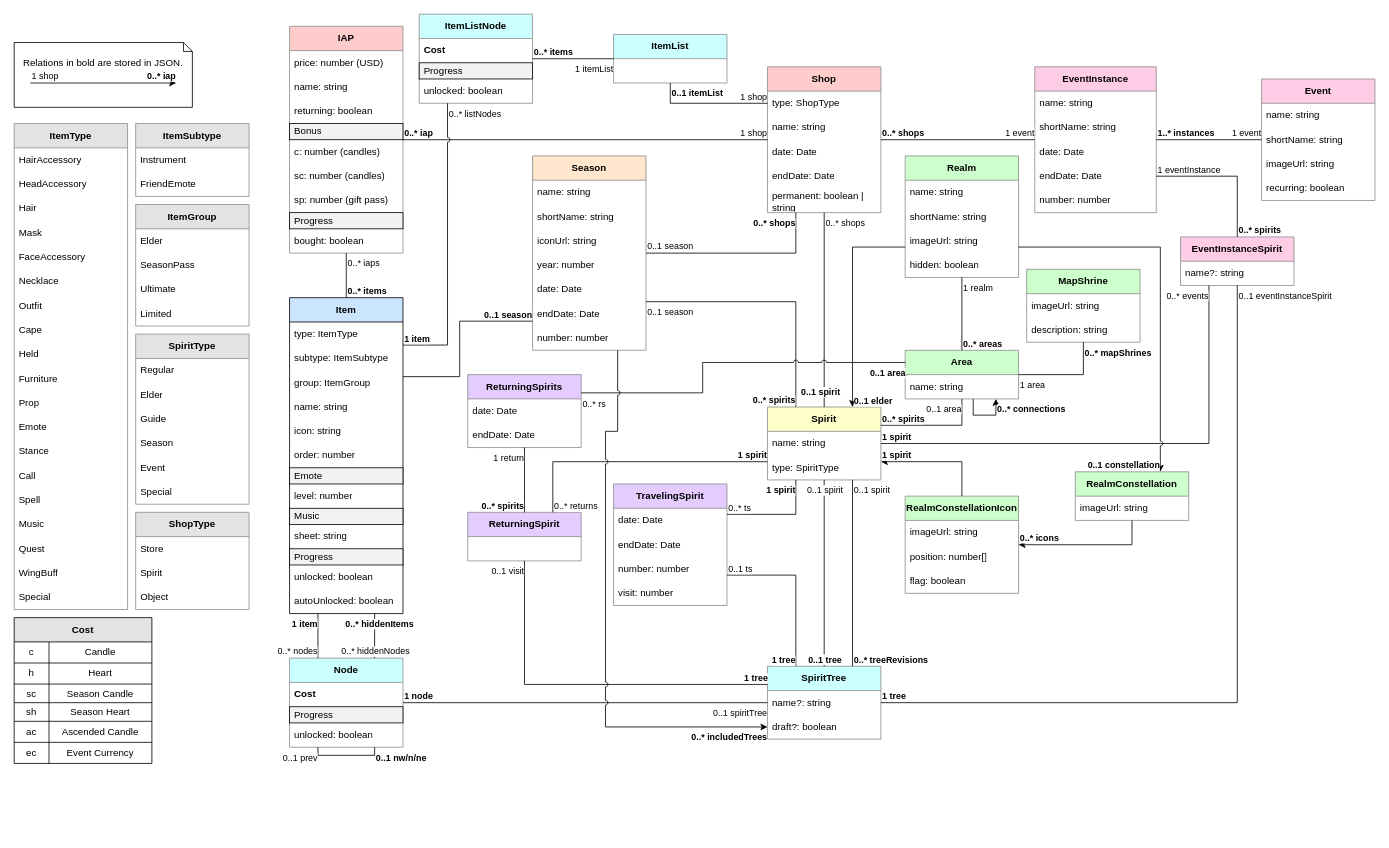
Earlier version of the draw.io diagram diagrams/SkyPlannerData.drawio (Silverfeelin/SkyGame-Planner). Source tidied: cells renumbered, new cells numbered last; positions are measured from the earlier drawing's top-left corner, leaving out a move shared by most shapes. Both pictures are drawn from the tidied source at 81%, with x=0, y=0 at pixel (14, 14).
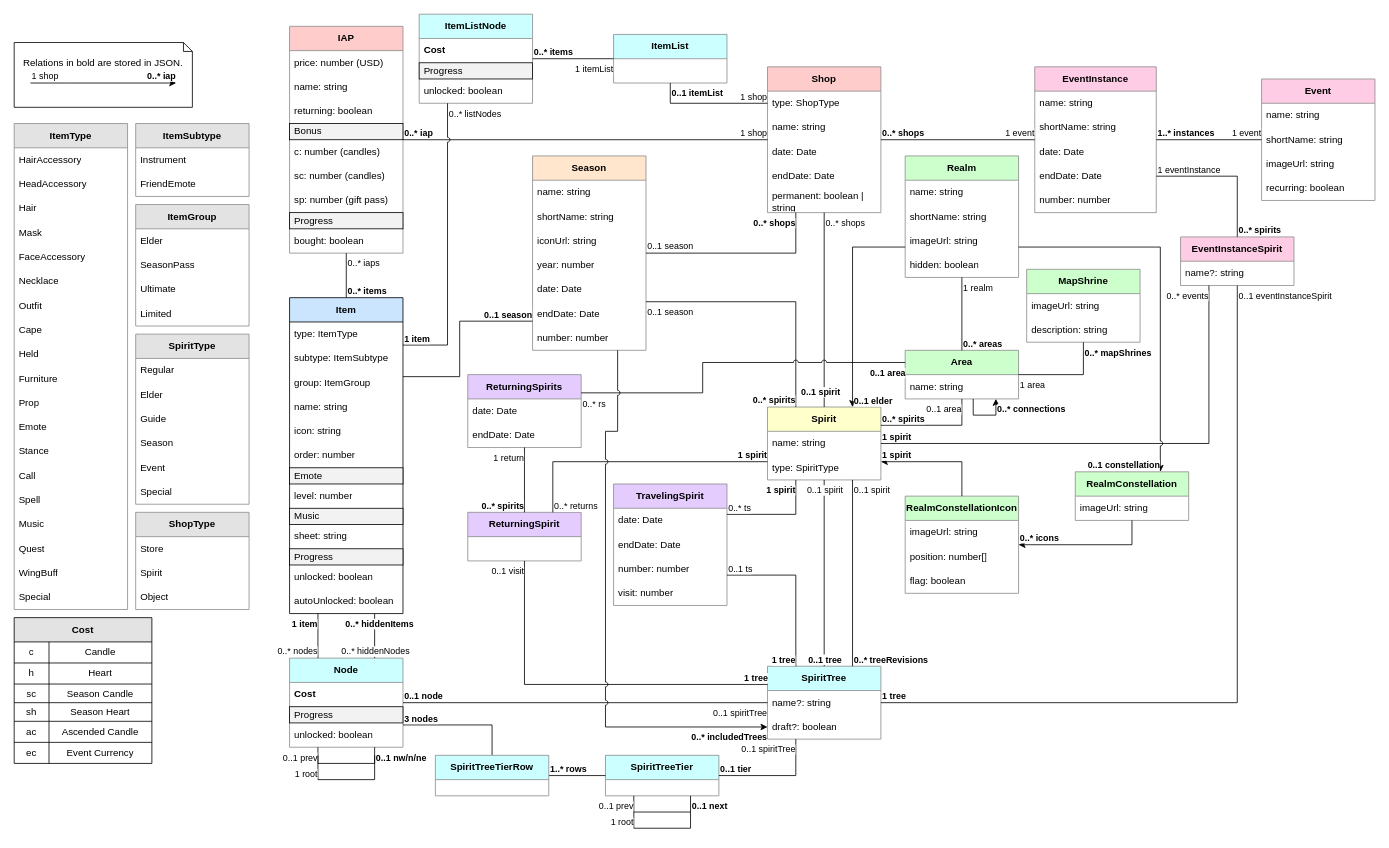
The same page after the edit.

Commit message (it also covers changes not shown here):
Rename tier rows.

Unchanged cells that the change refers to:
```xml
<mxCell id="36" value="Node" style="swimlane;fontStyle=1;horizontal=1;startSize=30;whiteSpace=wrap;html=1;fillStyle=auto;strokeColor=#8C8C8C;fillColor=#CCFFFF;" parent="1" vertex="1">
  <mxGeometry x="340" y="795" width="140" height="110" as="geometry" />
</mxCell>
<mxCell id="80" value="SpiritTree" style="swimlane;fontStyle=1;horizontal=1;startSize=30;whiteSpace=wrap;html=1;fillStyle=auto;strokeColor=#8C8C8C;fillColor=#CCFFFF;" parent="1" vertex="1">
  <mxGeometry x="930" y="805" width="140" height="90" as="geometry" />
</mxCell>
<mxCell id="123" style="endArrow=none;html=1;rounded=0;edgeStyle=orthogonalEdgeStyle;elbow=vertical;endFill=0;exitX=0;exitY=0.5;exitDx=0;exitDy=0;entryX=1;entryY=0.5;entryDx=0;entryDy=0;" parent="1" edge="1" source="80" target="36">
  <mxGeometry relative="1" as="geometry" />
</mxCell>
```

The edit, as a diff of the source:
```diff
@@
-    <mxCell id="126" value="1 node" style="edgeLabel;html=1;align=left;verticalAlign=bottom;fillStyle=auto;strokeColor=#8C8C8C;fillColor=#E3E3E3;fontStyle=1;" parent="123" vertex="1">
+    <mxCell id="126" value="0..&lt;span style=&quot;background-color: light-dark(#ffffff, var(--ge-dark-color, #121212)); color: light-dark(rgb(0, 0, 0), rgb(255, 255, 255));&quot;&gt;1 node&lt;/span&gt;" style="edgeLabel;html=1;align=left;verticalAlign=bottom;fillStyle=auto;strokeColor=#8C8C8C;fillColor=#E3E3E3;fontStyle=1;" parent="123" vertex="1">
       <mxGeometry x="1" relative="1" as="geometry" />
     </mxCell>
     <mxCell id="127" style="endArrow=none;html=1;rounded=0;edgeStyle=orthogonalEdgeStyle;elbow=vertical;endFill=0;exitX=0.25;exitY=1;exitDx=0;exitDy=0;entryX=0.75;entryY=1;entryDx=0;entryDy=0;" parent="1" edge="1" source="36" target="36">
       <mxGeometry relative="1" as="geometry">
         <Array as="points">
-          <mxPoint x="375" y="915" />
-          <mxPoint x="445" y="915" />
+          <mxPoint x="375" y="925" />
+          <mxPoint x="445" y="925" />
         </Array>
       </mxGeometry>
     </mxCell>
@@
+    <mxCell id="296" value="SpiritTreeTier" style="swimlane;fontStyle=1;horizontal=1;startSize=30;whiteSpace=wrap;html=1;fillStyle=auto;strokeColor=#8C8C8C;fillColor=#CCFFFF;" parent="1" vertex="1">
+      <mxGeometry x="730" y="915" width="140" height="50" as="geometry" />
+    </mxCell>
+    <mxCell id="297" style="endArrow=none;html=1;rounded=0;edgeStyle=orthogonalEdgeStyle;elbow=vertical;endFill=0;exitX=0.25;exitY=1;exitDx=0;exitDy=0;entryX=1;entryY=0.5;entryDx=0;entryDy=0;" parent="1" edge="1" source="80" target="296">
+      <mxGeometry relative="1" as="geometry" />
+    </mxCell>
+    <mxCell id="298" value="&lt;br&gt;" style="edgeLabel;html=1;align=center;verticalAlign=middle;fillStyle=auto;strokeColor=#8C8C8C;fillColor=#E3E3E3;" parent="297" vertex="1">
+      <mxGeometry relative="1" as="geometry" />
+    </mxCell>
+    <mxCell id="299" value="0..1 spiritTree" style="edgeLabel;html=1;align=right;verticalAlign=top;fillStyle=auto;strokeColor=#8C8C8C;fillColor=#E3E3E3;" parent="297" vertex="1">
+      <mxGeometry x="-1" relative="1" as="geometry" />
+    </mxCell>
+    <mxCell id="300" value="0..1 tier" style="edgeLabel;html=1;align=left;verticalAlign=bottom;fillStyle=auto;strokeColor=#8C8C8C;fillColor=#E3E3E3;fontStyle=1;" parent="297" vertex="1">
+      <mxGeometry x="1" relative="1" as="geometry" />
+    </mxCell>
+    <mxCell id="301" style="endArrow=none;html=1;rounded=0;edgeStyle=orthogonalEdgeStyle;elbow=vertical;endFill=0;exitX=0.25;exitY=1;exitDx=0;exitDy=0;entryX=0.75;entryY=1;entryDx=0;entryDy=0;" parent="1" edge="1" source="296" target="296">
+      <mxGeometry relative="1" as="geometry">
+        <Array as="points">
+          <mxPoint x="765" y="985" />
+          <mxPoint x="835" y="985" />
+        </Array>
+      </mxGeometry>
+    </mxCell>
+    <mxCell id="302" value="&lt;br&gt;" style="edgeLabel;html=1;align=center;verticalAlign=middle;fillStyle=auto;strokeColor=#8C8C8C;fillColor=#E3E3E3;" parent="301" vertex="1">
+      <mxGeometry relative="1" as="geometry" />
+    </mxCell>
+    <mxCell id="303" value="0..1 prev" style="edgeLabel;html=1;align=right;verticalAlign=top;fillStyle=auto;strokeColor=#8C8C8C;fillColor=#E3E3E3;" parent="301" vertex="1">
+      <mxGeometry x="-1" relative="1" as="geometry" />
+    </mxCell>
+    <mxCell id="304" value="0..1 next" style="edgeLabel;html=1;align=left;verticalAlign=top;fillStyle=auto;strokeColor=#8C8C8C;fillColor=#E3E3E3;fontStyle=1;" parent="301" vertex="1">
+      <mxGeometry x="1" relative="1" as="geometry" />
+    </mxCell>
+    <mxCell id="305" style="endArrow=none;html=1;rounded=0;edgeStyle=orthogonalEdgeStyle;elbow=vertical;endFill=0;exitX=1;exitY=0.75;exitDx=0;exitDy=0;entryX=0.5;entryY=0;entryDx=0;entryDy=0;" parent="1" edge="1" source="36" target="311">
+      <mxGeometry relative="1" as="geometry">
+        <Array as="points">
+          <mxPoint x="590" y="878" />
+        </Array>
+      </mxGeometry>
+    </mxCell>
+    <mxCell id="306" value="&lt;br&gt;" style="edgeLabel;html=1;align=center;verticalAlign=middle;fillStyle=auto;strokeColor=#8C8C8C;fillColor=#E3E3E3;" parent="305" vertex="1">
+      <mxGeometry relative="1" as="geometry" />
+    </mxCell>
+    <mxCell id="307" value="3 nodes" style="edgeLabel;html=1;align=left;verticalAlign=bottom;fillStyle=auto;strokeColor=#8C8C8C;fillColor=#E3E3E3;fontStyle=1;" parent="305" vertex="1">
+      <mxGeometry x="-1" relative="1" as="geometry" />
+    </mxCell>
+    <mxCell id="308" style="endArrow=none;html=1;rounded=0;edgeStyle=orthogonalEdgeStyle;elbow=vertical;endFill=0;exitX=1;exitY=0.5;exitDx=0;exitDy=0;entryX=0;entryY=0.5;entryDx=0;entryDy=0;" parent="1" edge="1" source="311" target="296">
+      <mxGeometry relative="1" as="geometry" />
+    </mxCell>
+    <mxCell id="309" value="&lt;br&gt;" style="edgeLabel;html=1;align=center;verticalAlign=middle;fillStyle=auto;strokeColor=#8C8C8C;fillColor=#E3E3E3;" parent="308" vertex="1">
+      <mxGeometry relative="1" as="geometry" />
+    </mxCell>
+    <mxCell id="310" value="1..* rows" style="edgeLabel;html=1;align=left;verticalAlign=bottom;fillStyle=auto;strokeColor=#8C8C8C;fillColor=#E3E3E3;fontStyle=1;" parent="308" vertex="1">
+      <mxGeometry x="-1" relative="1" as="geometry" />
+    </mxCell>
+    <mxCell id="311" value="SpiritTreeTierRow" style="swimlane;fontStyle=1;horizontal=1;startSize=30;whiteSpace=wrap;html=1;fillStyle=auto;strokeColor=#8C8C8C;fillColor=#CCFFFF;" parent="1" vertex="1">
+      <mxGeometry x="520" y="915" width="140" height="50" as="geometry" />
+    </mxCell>
+    <mxCell id="312" style="endArrow=none;html=1;rounded=0;edgeStyle=orthogonalEdgeStyle;elbow=vertical;endFill=0;exitX=0.25;exitY=1;exitDx=0;exitDy=0;entryX=0.75;entryY=1;entryDx=0;entryDy=0;" parent="1" edge="1">
+      <mxGeometry relative="1" as="geometry">
+        <mxPoint x="375" y="915" as="sourcePoint" />
+        <mxPoint x="445" y="915" as="targetPoint" />
+        <Array as="points">
+          <mxPoint x="375" y="945" />
+          <mxPoint x="445" y="945" />
+        </Array>
+      </mxGeometry>
+    </mxCell>
+    <mxCell id="313" value="&lt;br&gt;" style="edgeLabel;html=1;align=center;verticalAlign=middle;fillStyle=auto;strokeColor=#8C8C8C;fillColor=#E3E3E3;" parent="312" vertex="1">
+      <mxGeometry relative="1" as="geometry" />
+    </mxCell>
+    <mxCell id="314" value="1 root" style="edgeLabel;html=1;align=right;verticalAlign=top;fillStyle=auto;strokeColor=#8C8C8C;fillColor=#E3E3E3;" parent="312" vertex="1">
+      <mxGeometry x="-1" relative="1" as="geometry">
+        <mxPoint y="10" as="offset" />
+      </mxGeometry>
+    </mxCell>
+    <mxCell id="315" style="endArrow=none;html=1;rounded=0;edgeStyle=orthogonalEdgeStyle;elbow=vertical;endFill=0;exitX=0.25;exitY=1;exitDx=0;exitDy=0;entryX=0.75;entryY=1;entryDx=0;entryDy=0;" parent="1" edge="1">
+      <mxGeometry relative="1" as="geometry">
+        <mxPoint x="765" y="985" as="sourcePoint" />
+        <mxPoint x="835" y="985" as="targetPoint" />
+        <Array as="points">
+          <mxPoint x="765" y="1005" />
+          <mxPoint x="835" y="1005" />
+        </Array>
+      </mxGeometry>
+    </mxCell>
+    <mxCell id="316" value="&lt;br&gt;" style="edgeLabel;html=1;align=center;verticalAlign=middle;fillStyle=auto;strokeColor=#8C8C8C;fillColor=#E3E3E3;" parent="315" vertex="1">
+      <mxGeometry relative="1" as="geometry" />
+    </mxCell>
+    <mxCell id="317" value="1 root" style="edgeLabel;html=1;align=right;verticalAlign=top;fillStyle=auto;strokeColor=#8C8C8C;fillColor=#E3E3E3;" parent="315" vertex="1">
+      <mxGeometry x="-1" relative="1" as="geometry" />
+    </mxCell>
```
